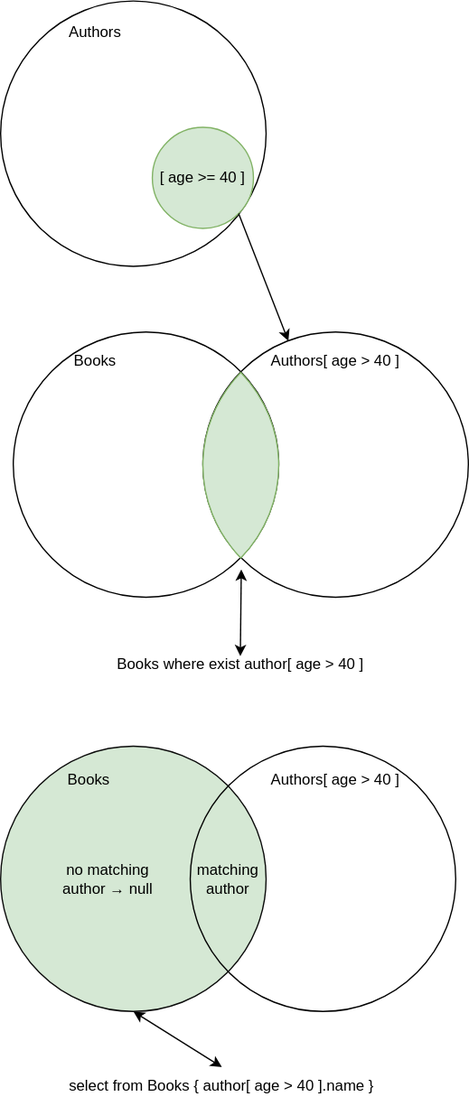
This is assets/cxl/sets.drawio.svg from capire/docs, a draw.io export, as it was before one commit. Source tidied: cells renumbered, new cells last; positions are measured from the earlier drawing's top-left corner, leaving out a move shared by most shapes.
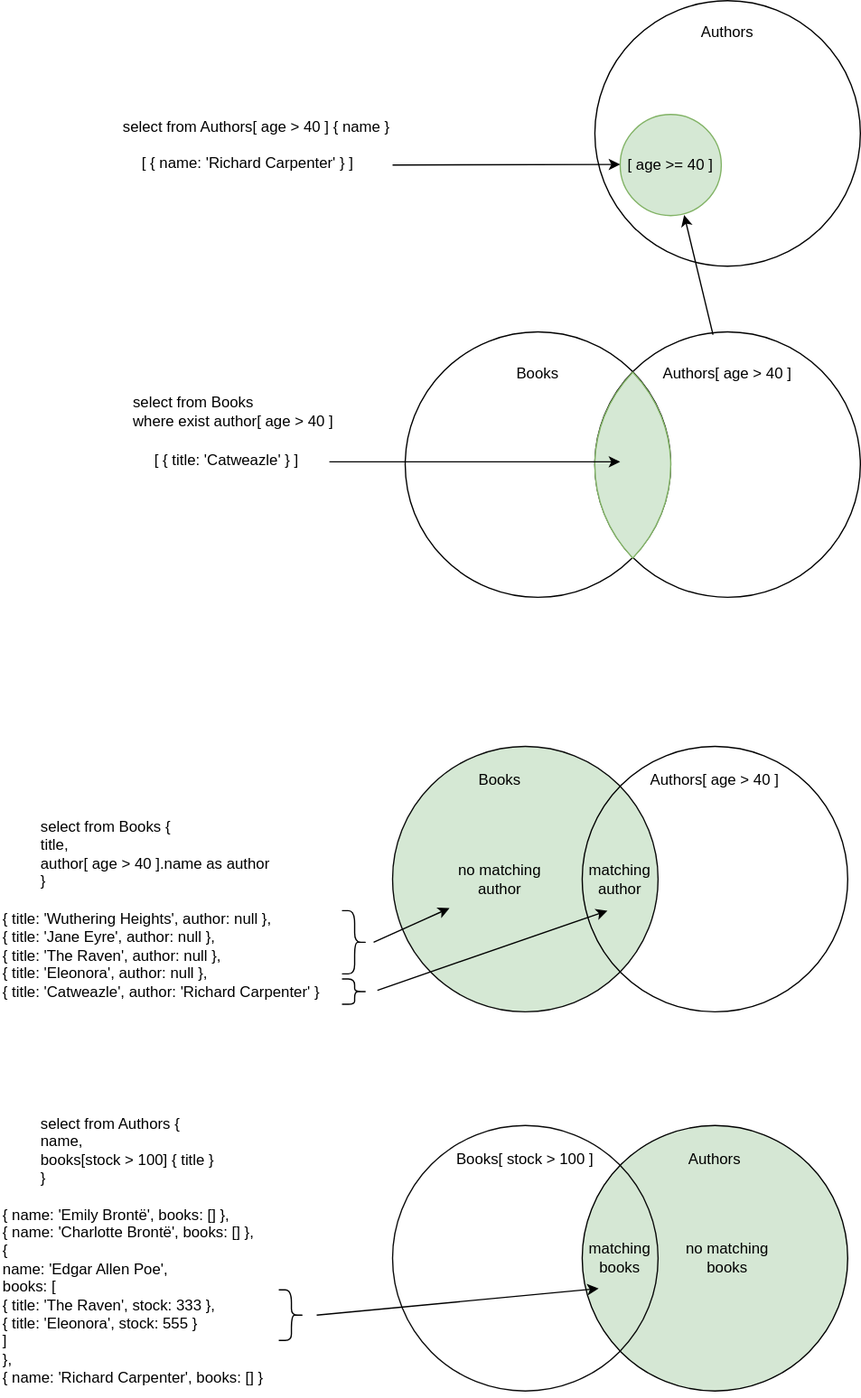
After the change.

Commit message:
sets diagram

What changed in the source:
```diff
@@ -2,65 +2,130 @@
   <root>
     <mxCell id="0" />
     <mxCell id="1" parent="0" />
+    <mxCell id="13" style="ellipse;whiteSpace=wrap;html=1;fillColor=#d5e8d4;strokeColor=#0A0A0A;" parent="1" vertex="1">
+      <mxGeometry y="590" width="210" height="210" as="geometry" />
+    </mxCell>
+    <mxCell id="16" style="ellipse;whiteSpace=wrap;html=1;fillColor=none;" parent="1" vertex="1">
+      <mxGeometry x="150" y="590" width="210" height="210" as="geometry" />
+    </mxCell>
+    <mxCell id="21" style="ellipse;whiteSpace=wrap;html=1;fillColor=light-dark(#d5e7d4, #ededed);" parent="1" vertex="1">
+      <mxGeometry x="150" y="890" width="210" height="210" as="geometry" />
+    </mxCell>
     <mxCell id="2" style="ellipse;whiteSpace=wrap;html=1;fillColor=none;" parent="1" vertex="1">
       <mxGeometry x="160" y="262" width="210" height="210" as="geometry" />
     </mxCell>
     <mxCell id="3" style="ellipse;whiteSpace=wrap;html=1;fillColor=none;" parent="1" vertex="1">
-      <mxGeometry width="210" height="210" as="geometry" />
+      <mxGeometry x="160" width="210" height="210" as="geometry" />
     </mxCell>
     <mxCell id="4" value="Authors" style="text;html=1;align=center;verticalAlign=middle;whiteSpace=wrap;rounded=0;" parent="1" vertex="1">
-      <mxGeometry x="60" y="20" width="30" height="10" as="geometry" />
+      <mxGeometry x="250" y="20" width="30" height="10" as="geometry" />
     </mxCell>
     <mxCell id="5" value="[ age &amp;gt;= 40 ]" style="ellipse;whiteSpace=wrap;html=1;fillColor=#d5e8d4;strokeColor=#82b366;" parent="1" vertex="1">
-      <mxGeometry x="120" y="100" width="80" height="80" as="geometry" />
+      <mxGeometry x="180" y="90" width="80" height="80" as="geometry" />
     </mxCell>
     <mxCell id="6" style="ellipse;whiteSpace=wrap;html=1;fillColor=none;" parent="1" vertex="1">
       <mxGeometry x="10" y="262" width="210" height="210" as="geometry" />
     </mxCell>
     <mxCell id="7" value="Books" style="text;html=1;align=center;verticalAlign=middle;whiteSpace=wrap;rounded=0;" parent="1" vertex="1">
-      <mxGeometry x="60" y="280" width="30" height="10" as="geometry" />
+      <mxGeometry x="100" y="290" width="30" height="10" as="geometry" />
     </mxCell>
     <mxCell id="8" value="Authors[ age &amp;gt; 40 ]" style="text;html=1;align=center;verticalAlign=middle;whiteSpace=wrap;rounded=0;" parent="1" vertex="1">
-      <mxGeometry x="210" y="280" width="110" height="10" as="geometry" />
+      <mxGeometry x="210" y="290" width="110" height="10" as="geometry" />
     </mxCell>
-    <mxCell id="9" style="endArrow=classic;html=1;entryX=0.322;entryY=0.034;entryDx=0;entryDy=0;entryPerimeter=0;exitX=1;exitY=1;exitDx=0;exitDy=0;" parent="1" edge="1" source="5" target="2">
+    <mxCell id="9" style="endArrow=classic;html=1;exitX=0.445;exitY=0.011;exitDx=0;exitDy=0;exitPerimeter=0;entryX=0.633;entryY=0.994;entryDx=0;entryDy=0;entryPerimeter=0;" parent="1" edge="1" source="2" target="5">
       <mxGeometry relative="1" as="geometry" />
     </mxCell>
-    <mxCell id="10" value="Books where exist author[ age &amp;gt; 40 ]" style="text;html=1;align=center;verticalAlign=middle;whiteSpace=wrap;rounded=0;" parent="1" vertex="1">
-      <mxGeometry x="85" y="510" width="210" height="30" as="geometry" />
+    <mxCell id="10" value="select from Books&lt;div&gt;where exist author[ age &amp;gt; 40 ]&lt;/div&gt;" style="text;html=1;align=left;verticalAlign=middle;whiteSpace=wrap;rounded=0;" parent="1" vertex="1">
+      <mxGeometry x="-207.5" y="310" width="165" height="30" as="geometry" />
     </mxCell>
     <mxCell id="11" style="whiteSpace=wrap;html=1;shape=mxgraph.basic.pointed_oval;fillColor=#d5e8d4;strokeColor=#82b366;" parent="1" vertex="1">
       <mxGeometry x="150" y="294" width="80" height="147" as="geometry" />
     </mxCell>
-    <mxCell id="12" style="endArrow=classic;startArrow=classic;html=1;exitX=0;exitY=1;exitDx=0;exitDy=0;entryX=0.5;entryY=0;entryDx=0;entryDy=0;" parent="1" edge="1">
-      <mxGeometry relative="1" as="geometry">
-        <mxPoint x="190.4" y="450" as="sourcePoint" />
-        <mxPoint x="189.6" y="518.8" as="targetPoint" />
-      </mxGeometry>
-    </mxCell>
-    <mxCell id="13" style="ellipse;whiteSpace=wrap;html=1;fillColor=#d5e8d4;strokeColor=#0A0A0A;" parent="1" vertex="1">
-      <mxGeometry y="590" width="210" height="210" as="geometry" />
-    </mxCell>
     <mxCell id="14" value="Authors[ age &amp;gt; 40 ]" style="text;html=1;align=center;verticalAlign=middle;whiteSpace=wrap;rounded=0;" parent="1" vertex="1">
-      <mxGeometry x="210" y="612" width="110" height="10" as="geometry" />
+      <mxGeometry x="200" y="612" width="110" height="10" as="geometry" />
     </mxCell>
     <mxCell id="15" value="Books" style="text;html=1;align=center;verticalAlign=middle;whiteSpace=wrap;rounded=0;" parent="1" vertex="1">
-      <mxGeometry x="55" y="612" width="30" height="10" as="geometry" />
+      <mxGeometry x="70" y="612" width="30" height="10" as="geometry" />
     </mxCell>
-    <mxCell id="16" style="ellipse;whiteSpace=wrap;html=1;fillColor=none;" parent="1" vertex="1">
-      <mxGeometry x="150" y="590" width="210" height="210" as="geometry" />
-    </mxCell>
-    <mxCell id="17" value="select from Books { author[ age &amp;gt; 40 ].name }" style="text;html=1;align=center;verticalAlign=middle;whiteSpace=wrap;rounded=0;" parent="1" vertex="1">
-      <mxGeometry x="40" y="844" width="270" height="30" as="geometry" />
+    <mxCell id="17" value="select from Books {&lt;div&gt;&amp;nbsp; title,&lt;/div&gt;&lt;div&gt;&amp;nbsp; author[ age &amp;gt; 40 ].name as author&lt;/div&gt;&lt;div&gt;}&lt;/div&gt;" style="text;html=1;align=left;verticalAlign=middle;whiteSpace=wrap;rounded=0;" parent="1" vertex="1">
+      <mxGeometry x="-280" y="660" width="200" height="30" as="geometry" />
     </mxCell>
-    <mxCell id="18" style="endArrow=classic;startArrow=classic;html=1;entryX=0.5;entryY=1;entryDx=0;entryDy=0;exitX=0.5;exitY=0;exitDx=0;exitDy=0;" parent="1" edge="1" source="17" target="13">
-      <mxGeometry relative="1" as="geometry" />
-    </mxCell>
-    <mxCell id="19" value="no matching author → null" style="text;html=1;align=center;verticalAlign=middle;whiteSpace=wrap;rounded=0;" parent="1" vertex="1">
+    <mxCell id="19" value="no matching author" style="text;html=1;align=center;verticalAlign=middle;whiteSpace=wrap;rounded=0;" parent="1" vertex="1">
       <mxGeometry x="40" y="680" width="90" height="30" as="geometry" />
     </mxCell>
     <mxCell id="20" value="matching&lt;div&gt;author&lt;/div&gt;" style="text;html=1;align=center;verticalAlign=middle;whiteSpace=wrap;rounded=0;" parent="1" vertex="1">
       <mxGeometry x="150" y="680" width="60" height="30" as="geometry" />
     </mxCell>
+    <mxCell id="22" value="  { title: 'Wuthering Heights', author: null },&#10;  { title: 'Jane Eyre', author: null },&#10;  { title: 'The Raven', author: null },&#10;  { title: 'Eleonora', author: null },&#10;  { title: 'Catweazle', author: 'Richard Carpenter' }" style="text;whiteSpace=wrap;" parent="1" vertex="1">
+      <mxGeometry x="-310" y="712.5" width="270" height="100" as="geometry" />
+    </mxCell>
+    <mxCell id="23" style="shape=curlyBracket;whiteSpace=wrap;html=1;rounded=1;flipH=1;labelPosition=right;verticalLabelPosition=middle;align=left;verticalAlign=middle;" parent="1" vertex="1">
+      <mxGeometry x="-40" y="720" width="20" height="50" as="geometry" />
+    </mxCell>
+    <mxCell id="24" style="shape=curlyBracket;whiteSpace=wrap;html=1;rounded=1;flipH=1;labelPosition=right;verticalLabelPosition=middle;align=left;verticalAlign=middle;" parent="1" vertex="1">
+      <mxGeometry x="-40" y="774" width="20" height="20" as="geometry" />
+    </mxCell>
+    <mxCell id="25" style="html=1;entryX=0.095;entryY=0.619;entryDx=0;entryDy=0;entryPerimeter=0;" parent="1" edge="1" target="16">
+      <mxGeometry relative="1" as="geometry">
+        <mxPoint x="-12" y="783" as="sourcePoint" />
+      </mxGeometry>
+    </mxCell>
+    <mxCell id="26" style="endArrow=classic;html=1;" parent="1" edge="1">
+      <mxGeometry relative="1" as="geometry">
+        <mxPoint x="-15" y="745" as="sourcePoint" />
+        <mxPoint x="45" y="718" as="targetPoint" />
+      </mxGeometry>
+    </mxCell>
+    <mxCell id="27" value="[ { title: 'Catweazle' } ]" style="text;whiteSpace=wrap;" parent="1" vertex="1">
+      <mxGeometry x="-190" y="350" width="130" height="30" as="geometry" />
+    </mxCell>
+    <mxCell id="28" style="endArrow=classic;html=1;entryX=0.375;entryY=0.449;entryDx=0;entryDy=0;entryPerimeter=0;" parent="1" edge="1">
+      <mxGeometry relative="1" as="geometry">
+        <mxPoint x="-50" y="364.8" as="sourcePoint" />
+        <mxPoint x="180" y="364.8" as="targetPoint" />
+      </mxGeometry>
+    </mxCell>
+    <mxCell id="29" value="select from Authors[ age &amp;gt; 40 ] { name }" style="text;html=1;align=left;verticalAlign=middle;whiteSpace=wrap;rounded=0;" parent="1" vertex="1">
+      <mxGeometry x="-215" y="90" width="215" height="20" as="geometry" />
+    </mxCell>
+    <mxCell id="30" value="[ { name: 'Richard Carpenter' } ]" style="text;whiteSpace=wrap;" parent="1" vertex="1">
+      <mxGeometry x="-200" y="115" width="200" height="30" as="geometry" />
+    </mxCell>
+    <mxCell id="31" style="endArrow=classic;html=1;" parent="1" edge="1">
+      <mxGeometry relative="1" as="geometry">
+        <mxPoint y="130" as="sourcePoint" />
+        <mxPoint x="180" y="129.5" as="targetPoint" />
+      </mxGeometry>
+    </mxCell>
+    <mxCell id="32" style="ellipse;whiteSpace=wrap;html=1;fillColor=none;strokeColor=#0A0A0A;" parent="1" vertex="1">
+      <mxGeometry y="890" width="210" height="210" as="geometry" />
+    </mxCell>
+    <mxCell id="33" value="Authors" style="text;html=1;align=center;verticalAlign=middle;whiteSpace=wrap;rounded=0;" parent="1" vertex="1">
+      <mxGeometry x="200" y="912" width="110" height="10" as="geometry" />
+    </mxCell>
+    <mxCell id="34" value="Books[ stock &amp;gt; 100 ]" style="text;html=1;align=center;verticalAlign=middle;whiteSpace=wrap;rounded=0;" parent="1" vertex="1">
+      <mxGeometry x="40" y="912" width="130" height="10" as="geometry" />
+    </mxCell>
+    <mxCell id="35" value="no matching books" style="text;html=1;align=center;verticalAlign=middle;whiteSpace=wrap;rounded=0;" parent="1" vertex="1">
+      <mxGeometry x="220" y="980" width="90" height="30" as="geometry" />
+    </mxCell>
+    <mxCell id="36" value="matching&lt;div&gt;books&lt;/div&gt;" style="text;html=1;align=center;verticalAlign=middle;whiteSpace=wrap;rounded=0;" parent="1" vertex="1">
+      <mxGeometry x="150" y="980" width="60" height="30" as="geometry" />
+    </mxCell>
+    <mxCell id="37" style="endArrow=classic;html=1;" parent="1" edge="1">
+      <mxGeometry relative="1" as="geometry">
+        <mxPoint x="-60" y="1040" as="sourcePoint" />
+        <mxPoint x="163" y="1019" as="targetPoint" />
+      </mxGeometry>
+    </mxCell>
+    <mxCell id="38" value="select from Authors {&lt;div&gt;&amp;nbsp; name,&lt;/div&gt;&lt;div&gt;&amp;nbsp; books[stock &amp;gt; 100] { title }&lt;/div&gt;&lt;div style=&quot;&quot;&gt;}&lt;/div&gt;" style="text;html=1;align=left;verticalAlign=middle;strokeColor=none;fillColor=none;" parent="1" vertex="1">
+      <mxGeometry x="-280" y="875" width="170" height="70" as="geometry" />
+    </mxCell>
+    <mxCell id="39" value="&lt;div&gt;&lt;font color=&quot;#000000&quot;&gt;&amp;nbsp; { name: 'Emily Brontë', books: [] },&lt;/font&gt;&lt;/div&gt;&lt;div&gt;&lt;font color=&quot;#000000&quot;&gt;&amp;nbsp; { name: 'Charlotte Brontë', books: [] },&lt;/font&gt;&lt;/div&gt;&lt;div&gt;&lt;font color=&quot;#000000&quot;&gt;&amp;nbsp; {&lt;/font&gt;&lt;/div&gt;&lt;div&gt;&lt;font color=&quot;#000000&quot;&gt;&amp;nbsp; &amp;nbsp; name: 'Edgar Allen Poe',&lt;/font&gt;&lt;/div&gt;&lt;div&gt;&lt;font color=&quot;#000000&quot;&gt;&amp;nbsp; &amp;nbsp; books: [&lt;/font&gt;&lt;/div&gt;&lt;div&gt;&lt;font color=&quot;#000000&quot;&gt;&amp;nbsp; &amp;nbsp; &amp;nbsp; { title: 'The Raven', stock: 333 },&lt;/font&gt;&lt;/div&gt;&lt;div&gt;&lt;font color=&quot;#000000&quot;&gt;&amp;nbsp; &amp;nbsp; &amp;nbsp; { title: 'Eleonora', stock: 555 }&lt;/font&gt;&lt;/div&gt;&lt;div&gt;&lt;font color=&quot;#000000&quot;&gt;&amp;nbsp; &amp;nbsp; ]&lt;/font&gt;&lt;/div&gt;&lt;div&gt;&lt;font color=&quot;#000000&quot;&gt;&amp;nbsp; },&lt;/font&gt;&lt;/div&gt;&lt;div&gt;&lt;font color=&quot;#000000&quot;&gt;&amp;nbsp; { name: 'Richard Carpenter', books: [] }&lt;/font&gt;&lt;/div&gt;" style="text;html=1;align=left;verticalAlign=middle;strokeColor=none;fillColor=none;" parent="1" vertex="1">
+      <mxGeometry x="-310" y="945" width="240" height="160" as="geometry" />
+    </mxCell>
+    <mxCell id="40" style="shape=curlyBracket;whiteSpace=wrap;html=1;rounded=1;flipH=1;labelPosition=right;verticalLabelPosition=middle;align=left;verticalAlign=middle;" parent="1" vertex="1">
+      <mxGeometry x="-90" y="1020" width="20" height="40" as="geometry" />
+    </mxCell>
   </root>
 </mxGraphModel>
```
